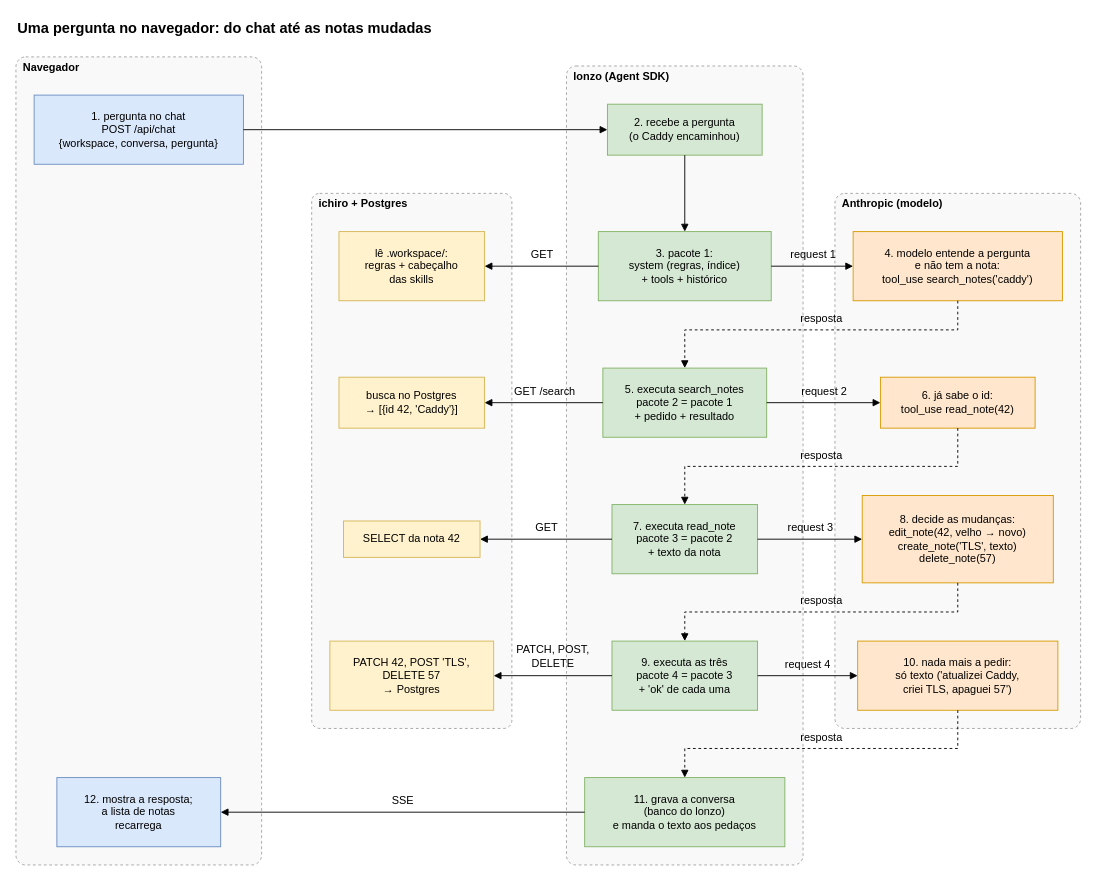
The draw.io diagram ai/kb/diagramas/pergunta-no-navegador.drawio in LuccaRh/NoteProject, before the edit. Source tidied: cells renumbered, new cells numbered last; positions are measured from the earlier drawing's top-left corner, leaving out a move shared by most shapes. Both pictures are drawn from the tidied source at 91%, with x=0, y=0 at pixel (15, 15).
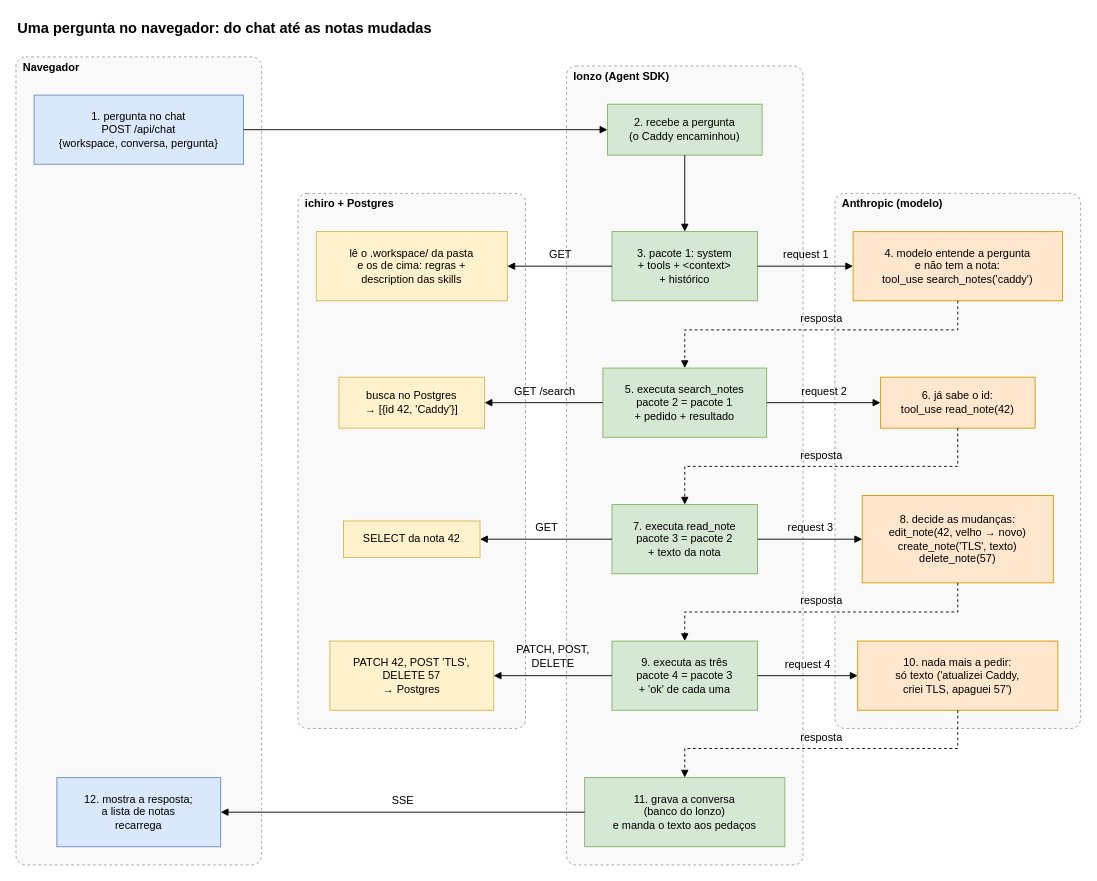
Above is the later version.

Change to the diagram source:
```diff
@@
     <mxCell id="6" style="rounded=1;arcSize=4;dashed=1;html=1;fontSize=12;fillColor=#f5f5f5;strokeColor=#666666;opacity=60;" parent="1" vertex="1">
-      <mxGeometry x="325" y="195" width="220" height="588" as="geometry" />
+      <mxGeometry x="310" y="195" width="250" height="588" as="geometry" />
     </mxCell>
@@
-    <mxCell id="9" value="lê .workspace/:&lt;br&gt;regras + cabeçalho&lt;br&gt;das skills" style="html=1;whiteSpace=wrap;fontSize=12;rounded=0;fillColor=#fff2cc;strokeColor=#d6b656;" parent="1" vertex="1">
-      <mxGeometry x="355" y="237" width="160" height="76" as="geometry" />
+    <mxCell id="9" value="lê o .workspace/ da pasta&lt;br&gt;e os de cima: regras +&lt;br&gt;description das skills" style="html=1;whiteSpace=wrap;fontSize=12;rounded=0;fillColor=#fff2cc;strokeColor=#d6b656;" parent="1" vertex="1">
+      <mxGeometry x="330" y="237" width="210" height="76" as="geometry" />
     </mxCell>
-    <mxCell id="10" value="3. pacote 1:&lt;br&gt;system (regras, índice)&lt;br&gt;+ tools + histórico" style="html=1;whiteSpace=wrap;fontSize=12;rounded=0;fillColor=#d5e8d4;strokeColor=#82b366;" parent="1" vertex="1">
-      <mxGeometry x="640" y="237" width="190" height="76" as="geometry" />
+    <mxCell id="10" value="3. pacote 1: system&lt;br&gt;+ tools + &amp;lt;context&amp;gt;&lt;br&gt;+ histórico" style="html=1;whiteSpace=wrap;fontSize=12;rounded=0;fillColor=#d5e8d4;strokeColor=#82b366;" parent="1" vertex="1">
+      <mxGeometry x="655" y="237" width="160" height="76" as="geometry" />
     </mxCell>
@@
     <mxCell id="25" style="html=1;rounded=0;endArrow=block;endFill=1;startArrow=none;" parent="1" edge="1">
       <mxGeometry relative="1" as="geometry">
-        <mxPoint x="640" y="275" as="sourcePoint" />
-        <mxPoint x="515" y="275" as="targetPoint" />
+        <mxPoint x="655" y="275" as="sourcePoint" />
+        <mxPoint x="540" y="275" as="targetPoint" />
       </mxGeometry>
     </mxCell>
     <mxCell id="26" style="html=1;rounded=0;endArrow=block;endFill=1;startArrow=none;" parent="1" edge="1">
       <mxGeometry relative="1" as="geometry">
-        <mxPoint x="830" y="275" as="sourcePoint" />
+        <mxPoint x="815" y="275" as="sourcePoint" />
         <mxPoint x="920" y="275" as="targetPoint" />
       </mxGeometry>
     </mxCell>
@@
     <mxCell id="39" value="&lt;b&gt;ichiro + Postgres&lt;/b&gt;" style="text;html=1;align=left;verticalAlign=middle;fontSize=12;" parent="1" vertex="1">
-      <mxGeometry x="331" y="198" width="135" height="18" as="geometry" />
+      <mxGeometry x="316" y="198" width="135" height="18" as="geometry" />
     </mxCell>
@@
     <mxCell id="42" value="GET" style="text;html=1;align=center;verticalAlign=middle;fontSize=12;" parent="1" vertex="1">
-      <mxGeometry x="559" y="254" width="37" height="18" as="geometry" />
+      <mxGeometry x="579" y="254" width="37" height="18" as="geometry" />
     </mxCell>
     <mxCell id="43" value="request 1" style="text;html=1;align=center;verticalAlign=middle;fontSize=12;" parent="1" vertex="1">
-      <mxGeometry x="836" y="254" width="79" height="18" as="geometry" />
+      <mxGeometry x="828" y="254" width="79" height="18" as="geometry" />
     </mxCell>
```
